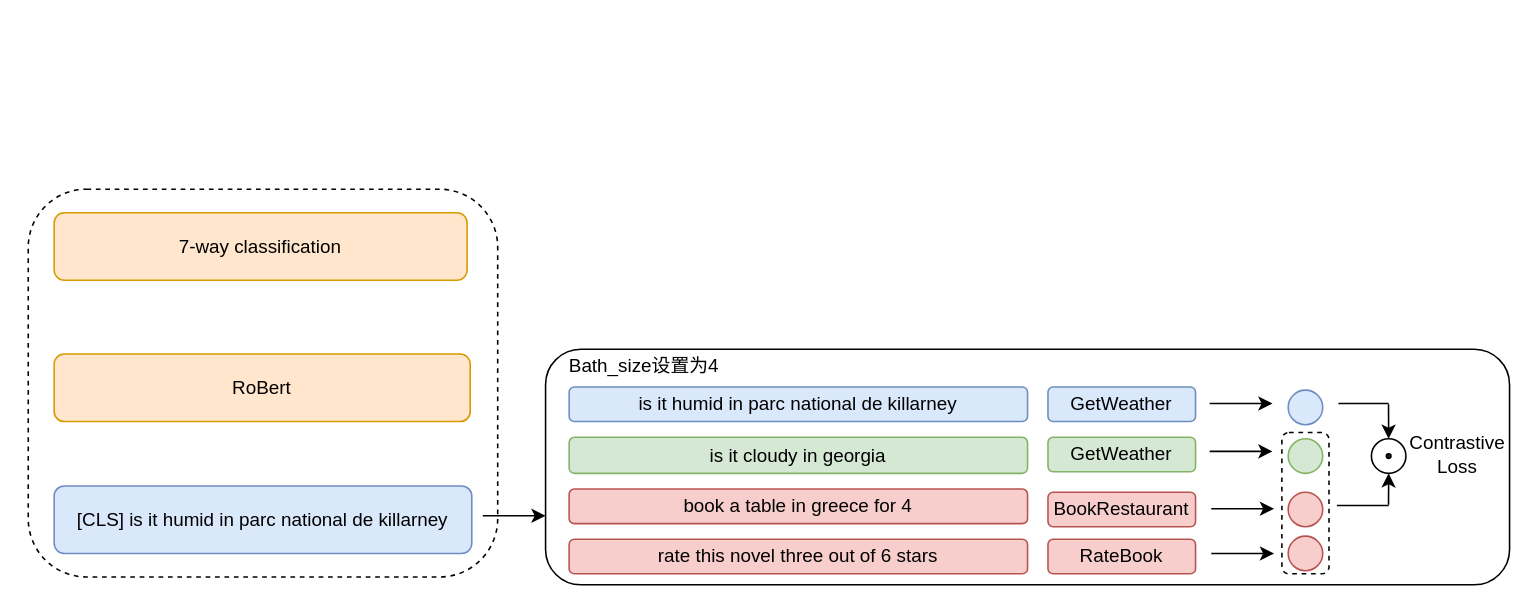
Before: 试验2.drawio in liweizhen111/GIt-GitHub_Note, a draw.io diagram. Source tidied: cells renumbered, new cells numbered last; positions are measured from the earlier drawing's top-left corner, leaving out a move shared by most shapes. Both pictures are drawn from the tidied source at 157%, with x=0, y=0 at pixel (28, 188).
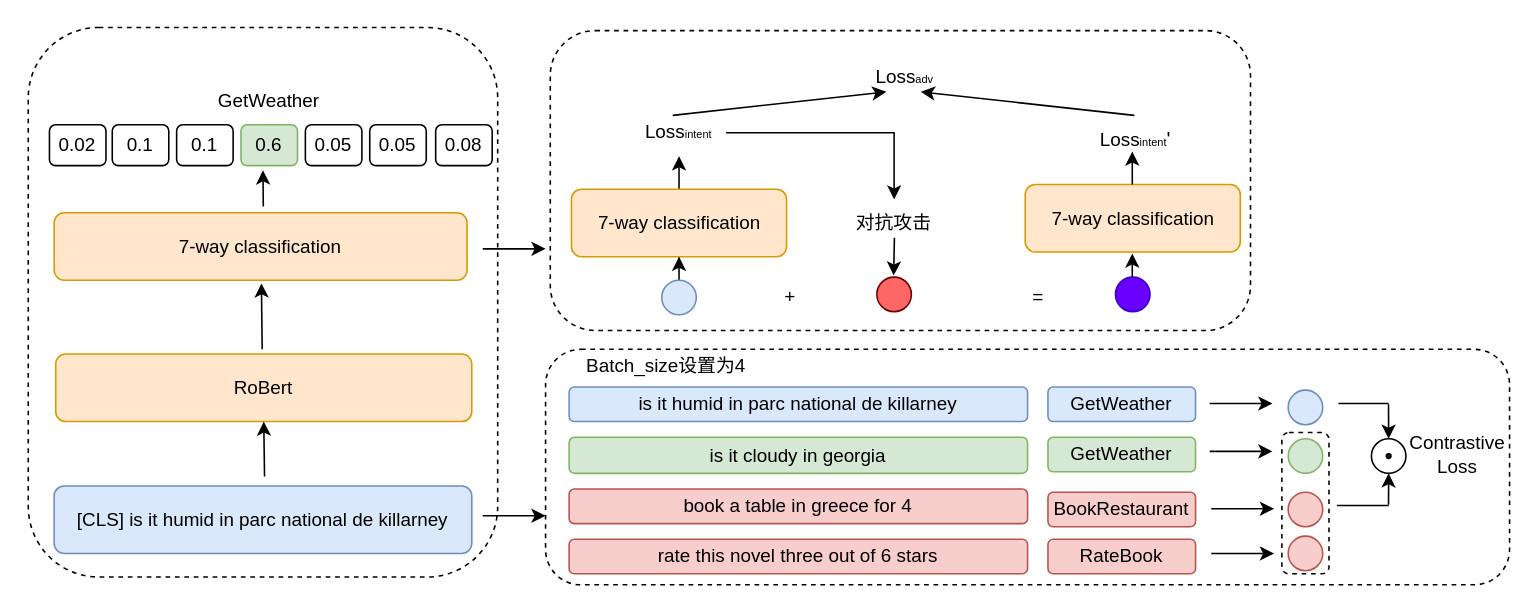
The same diagram, later.

Change to the diagram source:
```diff
@@
-    <mxCell id="2" style="rounded=1;whiteSpace=wrap;html=1;" parent="1" vertex="1">
+    <mxCell id="2" style="rounded=1;whiteSpace=wrap;html=1;dashed=1;" parent="1" vertex="1">
       <mxGeometry x="329" y="102" width="614" height="150" as="geometry" />
     </mxCell>
@@
     <mxCell id="4" style="rounded=1;whiteSpace=wrap;html=1;dashed=1;" parent="1" vertex="1">
-      <mxGeometry x="-0.5" width="299" height="247" as="geometry" />
+      <mxGeometry x="-0.5" y="-103" width="299" height="350" as="geometry" />
     </mxCell>
     <mxCell id="5" value="RoBert" style="rounded=1;whiteSpace=wrap;html=1;fillColor=#ffe6cc;strokeColor=#d79b00;" parent="1" vertex="1">
-      <mxGeometry x="16" y="105" width="265" height="43" as="geometry" />
+      <mxGeometry x="17" y="105" width="265" height="43" as="geometry" />
     </mxCell>
@@
-    <mxCell id="32" value="Bath_size设置为4" style="text;html=1;align=center;verticalAlign=middle;whiteSpace=wrap;rounded=0;" parent="1" vertex="1">
-      <mxGeometry x="342" y="98" width="100" height="30" as="geometry" />
+    <mxCell id="32" value="Batch_size设置为4" style="text;html=1;align=center;verticalAlign=middle;whiteSpace=wrap;rounded=0;" parent="1" vertex="1">
+      <mxGeometry x="342" y="98" width="128" height="30" as="geometry" />
     </mxCell>
+    <mxCell id="33" style="endArrow=classic;html=1;rounded=0;entryX=0.5;entryY=1;entryDx=0;entryDy=0;" parent="1" edge="1" target="5">
+      <mxGeometry relative="1" as="geometry">
+        <mxPoint x="150" y="183" as="sourcePoint" />
+      </mxGeometry>
+    </mxCell>
+    <mxCell id="34" style="endArrow=classic;html=1;rounded=0;entryX=0.5;entryY=1;entryDx=0;entryDy=0;exitX=0.5;exitY=0;exitDx=0;exitDy=0;" parent="1" edge="1">
+      <mxGeometry relative="1" as="geometry">
+        <mxPoint x="148.5" y="102" as="sourcePoint" />
+        <mxPoint x="148" y="60" as="targetPoint" />
+      </mxGeometry>
+    </mxCell>
+    <mxCell id="35" style="endArrow=classic;html=1;rounded=0;" parent="1" edge="1">
+      <mxGeometry relative="1" as="geometry">
+        <mxPoint x="289" y="38" as="sourcePoint" />
+        <mxPoint x="329" y="38" as="targetPoint" />
+      </mxGeometry>
+    </mxCell>
+    <mxCell id="36" style="rounded=1;whiteSpace=wrap;html=1;dashed=1;" parent="1" vertex="1">
+      <mxGeometry x="332" y="-101" width="446" height="191" as="geometry" />
+    </mxCell>
+    <mxCell id="37" style="edgeStyle=orthogonalEdgeStyle;rounded=0;jettySize=auto;html=1;endArrow=classic;endFill=1;" parent="1" edge="1" source="38" target="40">
+      <mxGeometry relative="1" as="geometry" />
+    </mxCell>
+    <mxCell id="38" style="ellipse;whiteSpace=wrap;html=1;fillColor=#dae8fc;strokeColor=#6c8ebf;" parent="1" vertex="1">
+      <mxGeometry x="403" y="58" width="22" height="22" as="geometry" />
+    </mxCell>
+    <mxCell id="39" style="edgeStyle=orthogonalEdgeStyle;rounded=0;jettySize=auto;html=1;" parent="1" edge="1" source="40" target="42">
+      <mxGeometry relative="1" as="geometry" />
+    </mxCell>
+    <mxCell id="40" value="7-way classification" style="rounded=1;whiteSpace=wrap;html=1;fillColor=#ffe6cc;strokeColor=#d79b00;" parent="1" vertex="1">
+      <mxGeometry x="345.5" width="137" height="43" as="geometry" />
+    </mxCell>
+    <mxCell id="41" style="edgeStyle=orthogonalEdgeStyle;rounded=0;jettySize=auto;html=1;" parent="1" edge="1" source="42" target="43">
+      <mxGeometry relative="1" as="geometry" />
+    </mxCell>
+    <mxCell id="42" value="Loss&lt;font style=&quot;font-size: 7px;&quot;&gt;intent&lt;/font&gt;" style="text;html=1;align=center;verticalAlign=middle;whiteSpace=wrap;rounded=0;" parent="1" vertex="1">
+      <mxGeometry x="384" y="-51" width="60" height="30" as="geometry" />
+    </mxCell>
+    <mxCell id="43" value="对抗攻击" style="text;html=1;align=center;verticalAlign=middle;whiteSpace=wrap;rounded=0;" parent="1" vertex="1">
+      <mxGeometry x="521" y="6.5" width="60" height="30" as="geometry" />
+    </mxCell>
+    <mxCell id="44" style="endArrow=classic;html=1;rounded=0;entryX=0.5;entryY=1;entryDx=0;entryDy=0;exitX=0.5;exitY=0;exitDx=0;exitDy=0;" parent="1" edge="1">
+      <mxGeometry relative="1" as="geometry">
+        <mxPoint x="551.2" y="31" as="sourcePoint" />
+        <mxPoint x="550.7" y="55" as="targetPoint" />
+      </mxGeometry>
+    </mxCell>
+    <mxCell id="45" style="ellipse;whiteSpace=wrap;html=1;fillColor=#FF6666;strokeColor=#6F0000;fontColor=#ffffff;" parent="1" vertex="1">
+      <mxGeometry x="540" y="56" width="22" height="22" as="geometry" />
+    </mxCell>
+    <mxCell id="46" value="+" style="text;html=1;align=center;verticalAlign=middle;whiteSpace=wrap;rounded=0;" parent="1" vertex="1">
+      <mxGeometry x="479" y="61.5" width="12" height="15" as="geometry" />
+    </mxCell>
+    <mxCell id="47" value="=" style="text;html=1;align=center;verticalAlign=middle;whiteSpace=wrap;rounded=0;" parent="1" vertex="1">
+      <mxGeometry x="637" y="61.5" width="12" height="15" as="geometry" />
+    </mxCell>
+    <mxCell id="48" style="ellipse;whiteSpace=wrap;html=1;fillColor=#6a00ff;strokeColor=#3700CC;fontColor=#ffffff;" parent="1" vertex="1">
+      <mxGeometry x="692" y="56" width="22" height="22" as="geometry" />
+    </mxCell>
+    <mxCell id="49" value="7-way classification" style="rounded=1;whiteSpace=wrap;html=1;fillColor=#ffe6cc;strokeColor=#d79b00;" parent="1" vertex="1">
+      <mxGeometry x="634.5" y="-3" width="137" height="43" as="geometry" />
+    </mxCell>
+    <mxCell id="50" style="edgeStyle=orthogonalEdgeStyle;rounded=0;orthogonalLoop=1;jettySize=auto;html=1;endArrow=classic;endFill=1;" parent="1" edge="1">
+      <mxGeometry relative="1" as="geometry">
+        <mxPoint x="702.7" y="56" as="sourcePoint" />
+        <mxPoint x="702.7" y="41" as="targetPoint" />
+      </mxGeometry>
+    </mxCell>
+    <mxCell id="51" style="edgeStyle=orthogonalEdgeStyle;rounded=0;orthogonalLoop=1;jettySize=auto;html=1;" parent="1" edge="1">
+      <mxGeometry relative="1" as="geometry">
+        <mxPoint x="702.7" y="-3" as="sourcePoint" />
+        <mxPoint x="702.7" y="-24" as="targetPoint" />
+      </mxGeometry>
+    </mxCell>
+    <mxCell id="52" value="Loss&lt;font style=&quot;font-size: 7px;&quot;&gt;intent&lt;/font&gt;&lt;font style=&quot;font-size: 13px;&quot;&gt;'&lt;/font&gt;" style="text;html=1;align=center;verticalAlign=middle;whiteSpace=wrap;rounded=0;" parent="1" vertex="1">
+      <mxGeometry x="675" y="-47" width="60" height="30" as="geometry" />
+    </mxCell>
+    <mxCell id="53" style="endArrow=classic;html=1;rounded=0;" parent="1" edge="1">
+      <mxGeometry relative="1" as="geometry">
+        <mxPoint x="410" y="-47" as="sourcePoint" />
+        <mxPoint x="546" y="-62" as="targetPoint" />
+      </mxGeometry>
+    </mxCell>
+    <mxCell id="54" style="endArrow=classic;html=1;rounded=0;" parent="1" edge="1">
+      <mxGeometry relative="1" as="geometry">
+        <mxPoint x="704" y="-47" as="sourcePoint" />
+        <mxPoint x="568" y="-62" as="targetPoint" />
+      </mxGeometry>
+    </mxCell>
+    <mxCell id="55" value="Loss&lt;span style=&quot;font-size: 7px;&quot;&gt;adv&lt;/span&gt;" style="text;html=1;align=center;verticalAlign=middle;whiteSpace=wrap;rounded=0;" parent="1" vertex="1">
+      <mxGeometry x="528" y="-87" width="60" height="31" as="geometry" />
+    </mxCell>
+    <mxCell id="56" style="endArrow=classic;html=1;rounded=0;exitX=0.5;exitY=0;exitDx=0;exitDy=0;" parent="1" edge="1">
+      <mxGeometry relative="1" as="geometry">
+        <mxPoint x="149.2" y="11" as="sourcePoint" />
+        <mxPoint x="149" y="-12" as="targetPoint" />
+      </mxGeometry>
+    </mxCell>
+    <mxCell id="57" value="0.02" style="rounded=1;whiteSpace=wrap;html=1;" parent="1" vertex="1">
+      <mxGeometry x="13" y="-41" width="36" height="26" as="geometry" />
+    </mxCell>
+    <mxCell id="58" value="0.1" style="rounded=1;whiteSpace=wrap;html=1;" parent="1" vertex="1">
+      <mxGeometry x="53" y="-41" width="36" height="26" as="geometry" />
+    </mxCell>
+    <mxCell id="59" value="0.1" style="rounded=1;whiteSpace=wrap;html=1;" parent="1" vertex="1">
+      <mxGeometry x="94" y="-41" width="36" height="26" as="geometry" />
+    </mxCell>
+    <mxCell id="60" value="0.6" style="rounded=1;whiteSpace=wrap;html=1;fillColor=#d5e8d4;strokeColor=#82b366;" parent="1" vertex="1">
+      <mxGeometry x="135" y="-41" width="36" height="26" as="geometry" />
+    </mxCell>
+    <mxCell id="61" value="0.05" style="rounded=1;whiteSpace=wrap;html=1;" parent="1" vertex="1">
+      <mxGeometry x="176" y="-41" width="36" height="26" as="geometry" />
+    </mxCell>
+    <mxCell id="62" value="0.05" style="rounded=1;whiteSpace=wrap;html=1;" parent="1" vertex="1">
+      <mxGeometry x="217" y="-41" width="36" height="26" as="geometry" />
+    </mxCell>
+    <mxCell id="63" value="0.08" style="rounded=1;whiteSpace=wrap;html=1;" parent="1" vertex="1">
+      <mxGeometry x="259" y="-41" width="36" height="26" as="geometry" />
+    </mxCell>
+    <mxCell id="64" value="GetWeather" style="text;html=1;align=center;verticalAlign=middle;whiteSpace=wrap;rounded=0;" parent="1" vertex="1">
+      <mxGeometry x="123" y="-71" width="60" height="30" as="geometry" />
+    </mxCell>
```
